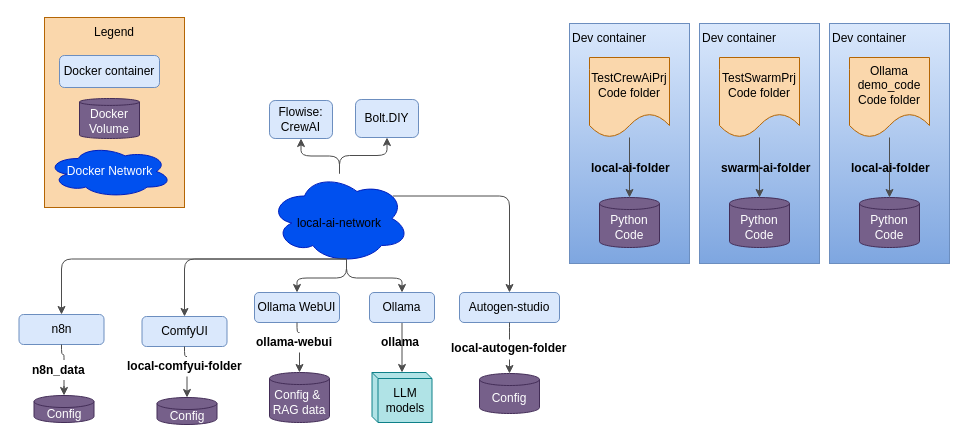
Before: docs/overview.drawio in miman/docker-local-ai, a draw.io diagram. Source tidied: cells renumbered, new cells numbered last; positions are measured from the earlier drawing's top-left corner, leaving out a move shared by most shapes. Both pictures are drawn from the tidied source at 100%, with x=0, y=0 at pixel (19, 17).
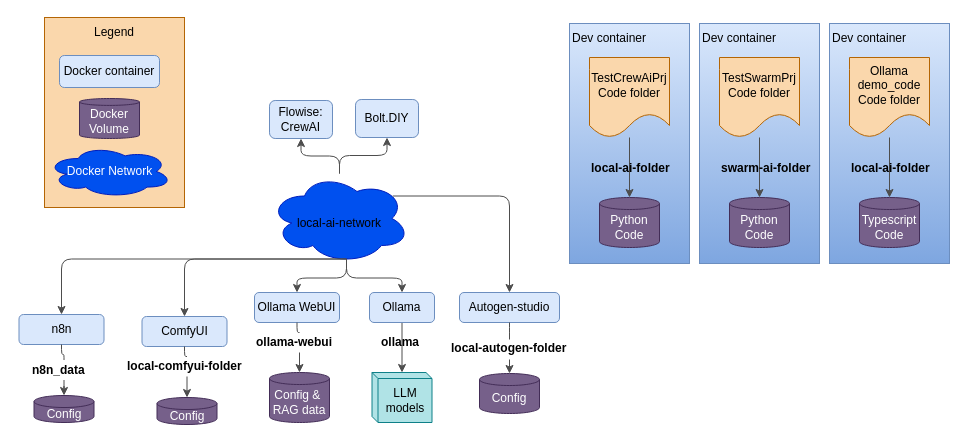
The same diagram, later.

Diff of the diagram source:
```diff
@@
-    <mxCell id="60" value="Python Code" style="shape=cylinder3;whiteSpace=wrap;html=1;boundedLbl=1;backgroundOutline=1;size=6.010398864746094;fillColor=#76608a;fontColor=#ffffff;strokeColor=#432D57;" parent="1" vertex="1">
+    <mxCell id="60" value="Typescript Code" style="shape=cylinder3;whiteSpace=wrap;html=1;boundedLbl=1;backgroundOutline=1;size=6.010398864746094;fillColor=#76608a;fontColor=#ffffff;strokeColor=#432D57;" parent="1" vertex="1">
       <mxGeometry x="840" y="180" width="60" height="50" as="geometry" />
     </mxCell>
```
